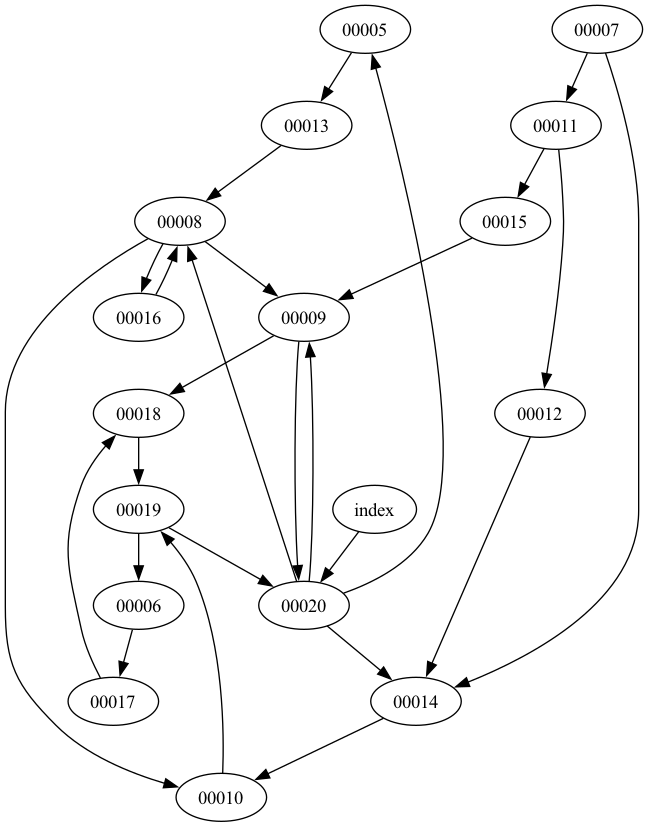
Above: zine_graph.png in kvnchpl/jungle (Graphviz), before the change. Its source is kept beside it as zine_graph.dot.
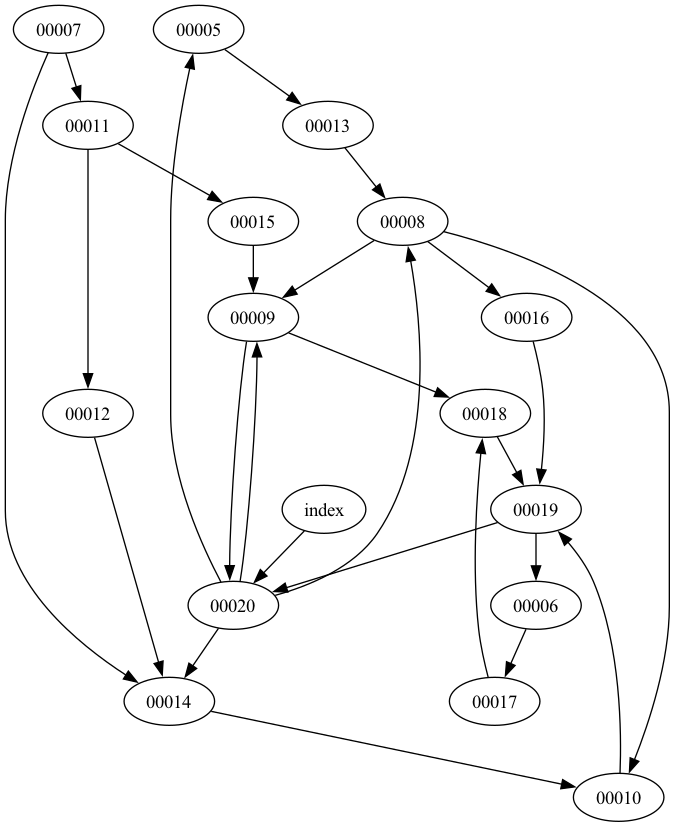
After the change.

What changed in the source:
```diff
@@ -20,7 +20,7 @@
     "00020" -> "00005";
     "00020" -> "00008";
     "00020" -> "00014";
-    "00016" -> "00008";
+    "00016" -> "00019";
     "00017" -> "00018";
     "00010" -> "00019";
     "00006" -> "00017";
```
